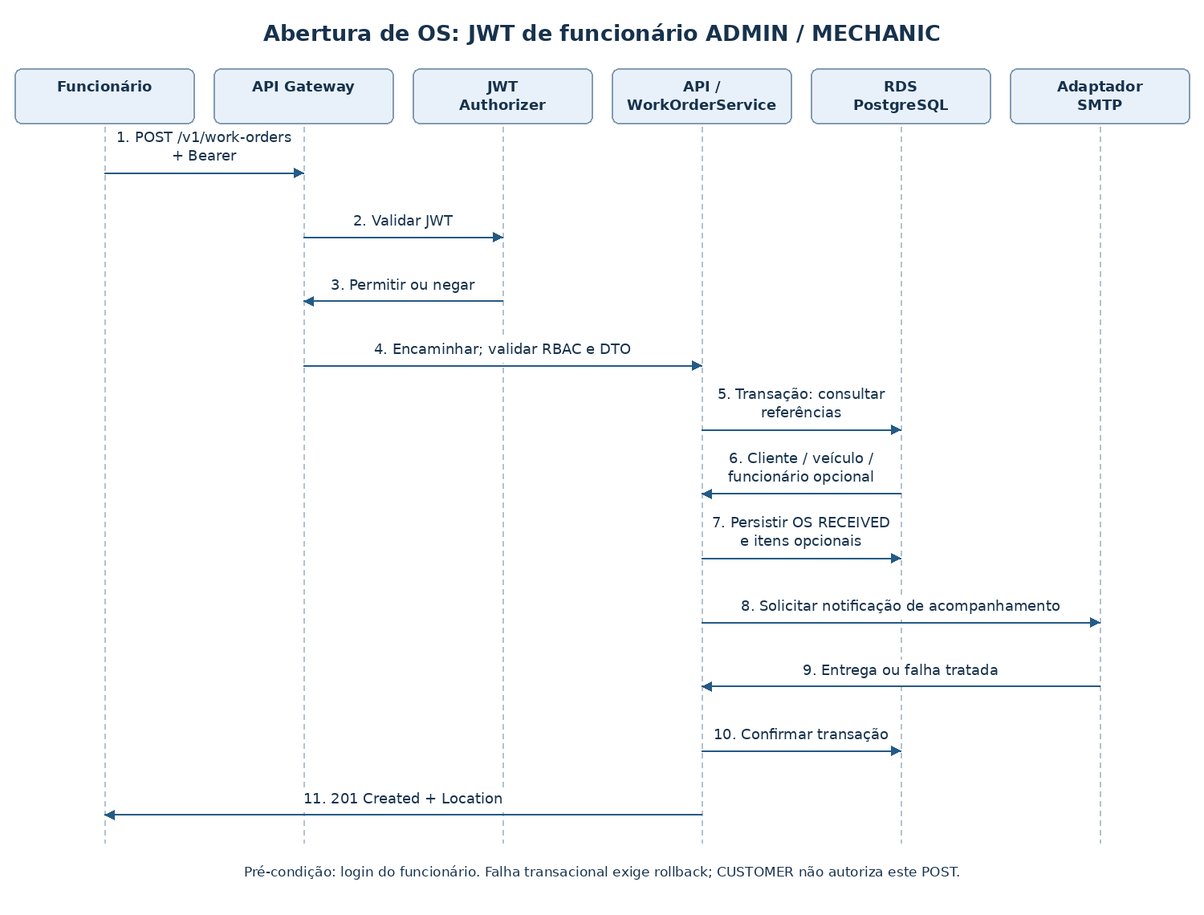
Earlier version of the Mermaid export docs/fase3/diagramas/abertura-os.png (15SOAT-JVGG/oficina-infra-k8s). Its source is kept beside it as docs/fase3/diagramas/abertura-os.mmd.
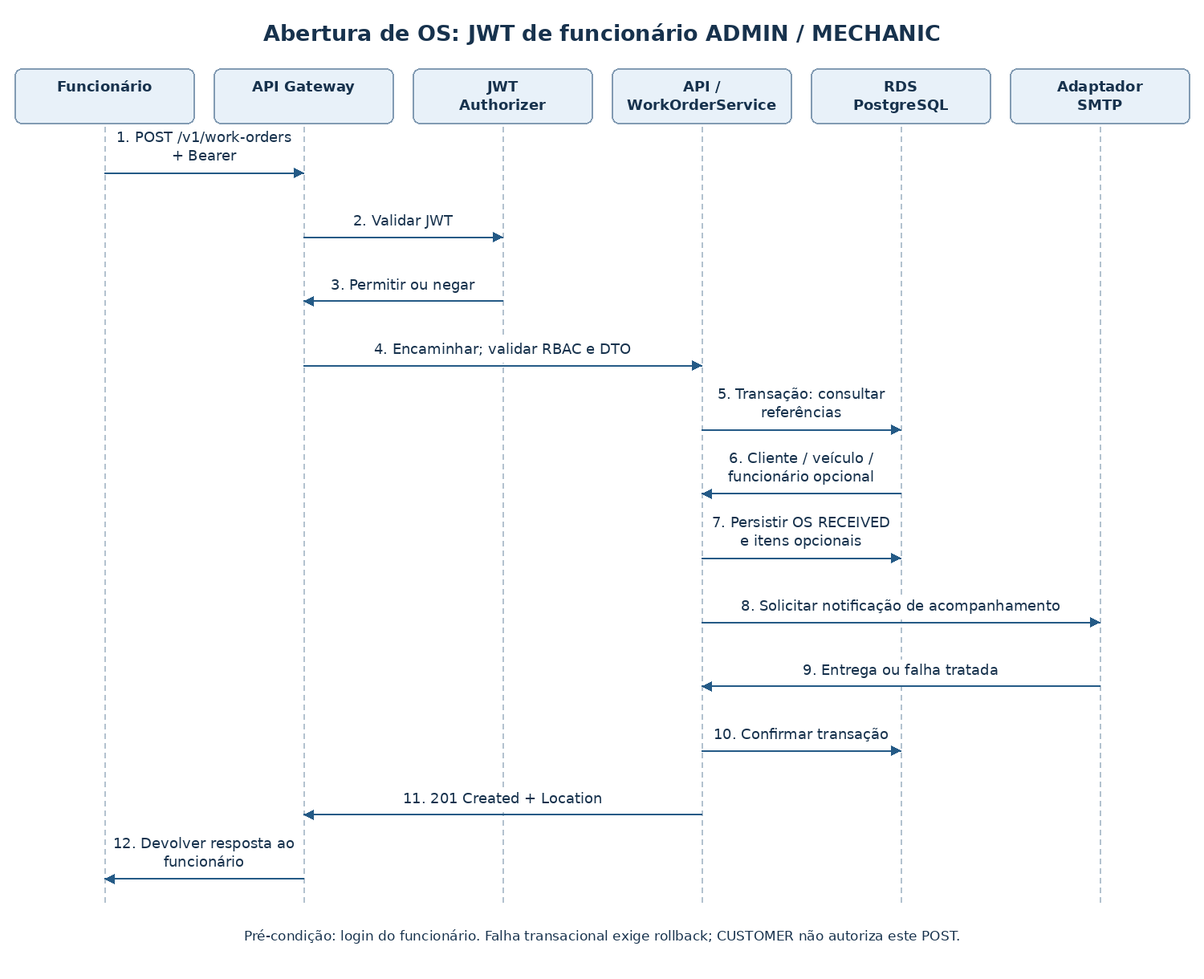
The same diagram one commit later.

What changed in the source:
```diff
@@ -20,5 +20,6 @@
   API->>SMTP: Preparar notificação de acompanhamento
   SMTP-->>API: Entrega ou falha tratada pelo adaptador
   API->>DB: Commit
-  API-->>F: 201 Created + Location
+  API-->>G: 201 Created + Location
+  G-->>F: Devolver resposta
   Note over API,DB: Falha transacional exige rollback; não se promete outbox
```
